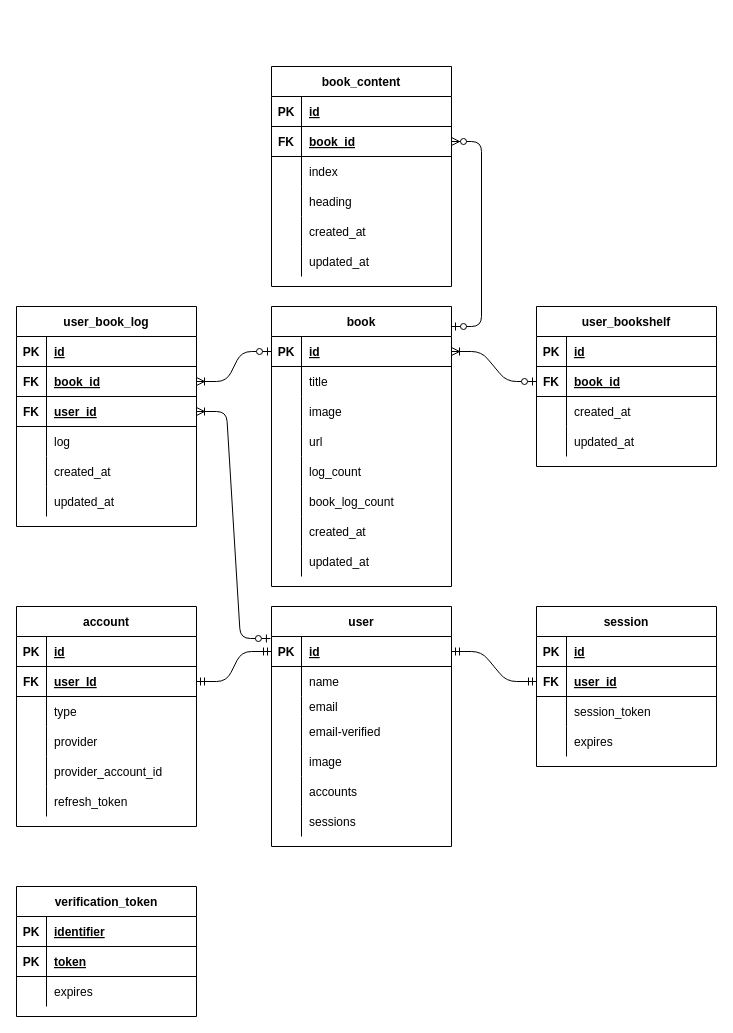
This is entity-relationship-diagram.dio from t-keshi/tsundoku-michelin, a draw.io file, before an edit. Source tidied: cells renumbered, new cells numbered last; positions are measured from the earlier drawing's top-left corner, leaving out a move shared by most shapes. Both pictures are drawn from the tidied source at 100%, with x=0, y=0 at pixel (16, 66).
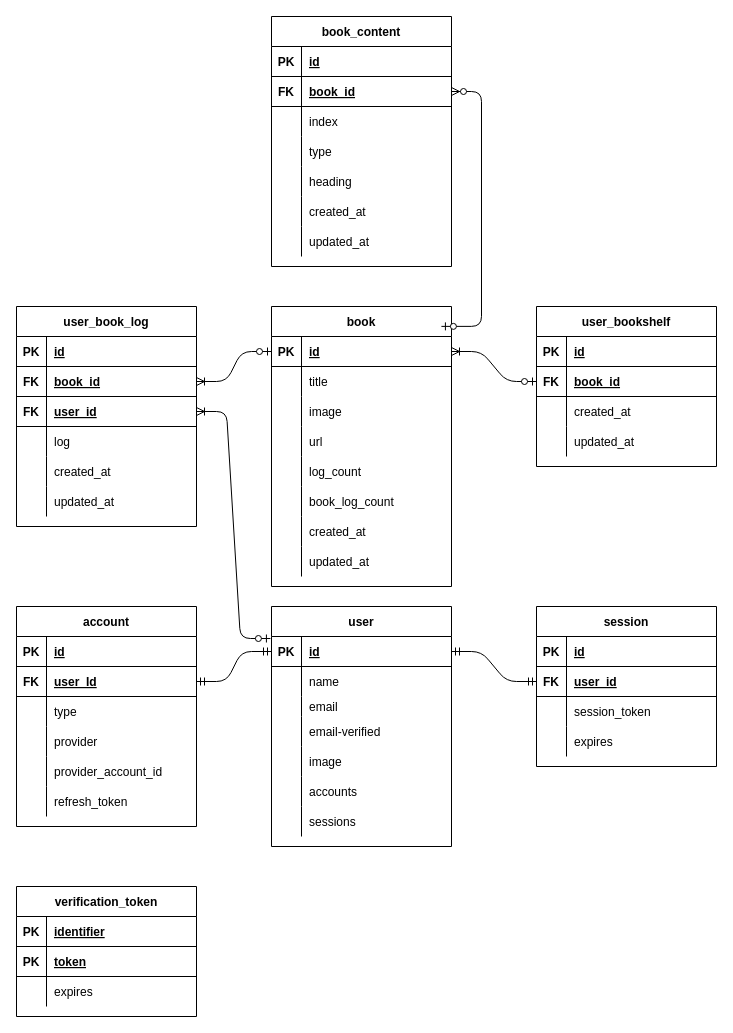
After the change.

Unchanged cells that the change refers to:
```xml
<mxCell id="66" value="book" style="shape=table;startSize=30;childLayout=tableLayout;rowLines=0;fontStyle=1;align=center;" parent="1" vertex="1">
  <mxGeometry x="255" y="240" width="180" height="280" as="geometry" />
</mxCell>
<mxCell id="132" style="shape=partialRectangle;fillColor=none;top=0;left=0;bottom=1;right=0;points=[[0,0.5],[1,0.5]];portConstraint=eastwest;" parent="128" vertex="1">
  <mxGeometry y="60" width="180" height="30" as="geometry" />
</mxCell>
```

Change to the diagram source:
```diff
@@
     <mxCell id="128" value="book_content" style="shape=table;startSize=30;childLayout=tableLayout;rowLines=0;fontStyle=1;align=center;" parent="1" vertex="1">
-      <mxGeometry x="255" width="180" height="220" as="geometry" />
+      <mxGeometry x="255" y="-50" width="180" height="250" as="geometry" />
     </mxCell>
@@
+    <mxCell id="148" style="shape=partialRectangle;fillColor=none;top=0;left=0;bottom=0;right=0;" parent="128" vertex="1">
+      <mxGeometry y="120" width="180" height="30" as="geometry" />
+    </mxCell>
+    <mxCell id="149" style="shape=partialRectangle;fillColor=none;top=0;left=0;bottom=0;right=0;overflow=hidden;" parent="148" vertex="1">
+      <mxGeometry width="30" height="30" as="geometry" />
+    </mxCell>
+    <mxCell id="150" value="type" style="shape=partialRectangle;fillColor=none;top=0;left=0;bottom=0;right=0;align=left;spacingLeft=6;overflow=hidden;" parent="148" vertex="1">
+      <mxGeometry x="30" width="150" height="30" as="geometry" />
+    </mxCell>
     <mxCell id="138" style="shape=partialRectangle;fillColor=none;top=0;left=0;bottom=0;right=0;" parent="128" vertex="1">
-      <mxGeometry y="120" width="180" height="30" as="geometry" />
+      <mxGeometry y="150" width="180" height="30" as="geometry" />
     </mxCell>
@@
     <mxCell id="141" style="shape=partialRectangle;fillColor=none;top=0;left=0;bottom=0;right=0;" parent="128" vertex="1">
-      <mxGeometry y="150" width="180" height="30" as="geometry" />
+      <mxGeometry y="180" width="180" height="30" as="geometry" />
     </mxCell>
@@
     <mxCell id="144" style="shape=partialRectangle;fillColor=none;top=0;left=0;bottom=0;right=0;" parent="128" vertex="1">
-      <mxGeometry y="180" width="180" height="30" as="geometry" />
+      <mxGeometry y="210" width="180" height="30" as="geometry" />
     </mxCell>
@@
-    <mxCell id="147" style="edgeStyle=entityRelationEdgeStyle;fontSize=12;html=1;endArrow=ERzeroToMany;startArrow=ERzeroToOne;" parent="1" edge="1" target="132">
-      <mxGeometry relative="1" as="geometry">
-        <mxPoint x="435" y="260" as="sourcePoint" />
-      </mxGeometry>
+    <mxCell id="147" style="edgeStyle=entityRelationEdgeStyle;fontSize=12;html=1;endArrow=ERzeroToMany;startArrow=ERzeroToOne;exitX=0.944;exitY=0.071;exitDx=0;exitDy=0;exitPerimeter=0;" parent="1" edge="1" source="66" target="132">
+      <mxGeometry relative="1" as="geometry" />
     </mxCell>
```
